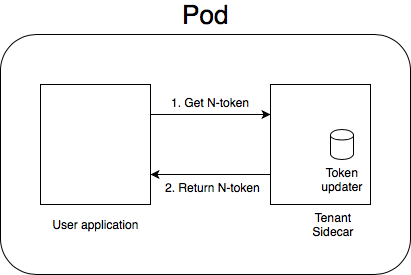
Before: doc/assets/client_sidecar_arch_n_token.png, a diagram exported from draw.io (yahoojapan/athenz-client-sidecar). Source tidied: cells renumbered, new cells last; positions are measured from the earlier drawing's top-left corner, leaving out a move shared by most shapes. The source it was exported from:
```xml
<mxGraphModel background="#ffffff">
  <root>
    <mxCell id="0" />
    <mxCell id="1" parent="0" />
    <mxCell id="2" style="rounded=1;whiteSpace=wrap;html=1;" parent="1" vertex="1">
      <mxGeometry y="30" width="410" height="240" as="geometry" />
    </mxCell>
    <mxCell id="3" value="&lt;font style=&quot;font-size: 26px&quot;&gt;Pod&lt;/font&gt;" style="text;html=1;strokeColor=none;fillColor=none;align=center;verticalAlign=middle;whiteSpace=wrap;rounded=0;" parent="1" vertex="1">
      <mxGeometry x="140" width="130" height="20" as="geometry" />
    </mxCell>
    <mxCell id="4" style="rounded=0;whiteSpace=wrap;html=1;" parent="1" vertex="1">
      <mxGeometry x="40" y="80" width="110" height="120" as="geometry" />
    </mxCell>
    <mxCell id="5" value="User application" style="text;html=1;strokeColor=none;fillColor=none;align=center;verticalAlign=middle;whiteSpace=wrap;rounded=0;" parent="1" vertex="1">
      <mxGeometry x="45" y="210" width="100" height="20" as="geometry" />
    </mxCell>
    <mxCell id="6" style="rounded=0;whiteSpace=wrap;html=1;" parent="1" vertex="1">
      <mxGeometry x="270" y="80" width="100" height="120" as="geometry" />
    </mxCell>
    <mxCell id="7" value="Tenant&lt;br&gt;Sidecar" style="text;html=1;strokeColor=none;fillColor=none;align=center;verticalAlign=middle;whiteSpace=wrap;rounded=0;" parent="1" vertex="1">
      <mxGeometry x="305" y="210" width="55" height="20" as="geometry" />
    </mxCell>
    <mxCell id="8" style="endArrow=classic;html=1;entryX=0;entryY=0.25;exitX=1;exitY=0.25;" parent="1" edge="1" source="4" target="6">
      <mxGeometry relative="1" as="geometry" />
    </mxCell>
    <mxCell id="9" value="1. Get N-token" style="text;html=1;align=center;verticalAlign=middle;labelBackgroundColor=#ffffff;" parent="8" vertex="1">
      <mxGeometry x="-0.23" y="-1" relative="1" as="geometry">
        <mxPoint x="13" y="-14" as="offset" />
      </mxGeometry>
    </mxCell>
    <mxCell id="10" style="endArrow=classic;html=1;exitX=0;exitY=0.75;entryX=1;entryY=0.75;" parent="1" edge="1" source="6" target="4">
      <mxGeometry relative="1" as="geometry" />
    </mxCell>
    <mxCell id="11" value="2. Return N-token" style="text;html=1;align=center;verticalAlign=middle;labelBackgroundColor=#ffffff;" parent="10" vertex="1">
      <mxGeometry x="-0.22" relative="1" as="geometry">
        <mxPoint x="-11" y="12" as="offset" />
      </mxGeometry>
    </mxCell>
    <mxCell id="12" style="shape=cylinder;whiteSpace=wrap;html=1;boundedLbl=1;backgroundOutline=1;" parent="1" vertex="1">
      <mxGeometry x="330" y="125" width="23" height="30" as="geometry" />
    </mxCell>
    <mxCell id="13" value="Token updater" style="text;html=1;strokeColor=none;fillColor=none;align=center;verticalAlign=middle;whiteSpace=wrap;rounded=0;" parent="1" vertex="1">
      <mxGeometry x="321.5" y="165" width="40" height="20" as="geometry" />
    </mxCell>
  </root>
</mxGraphModel>
```
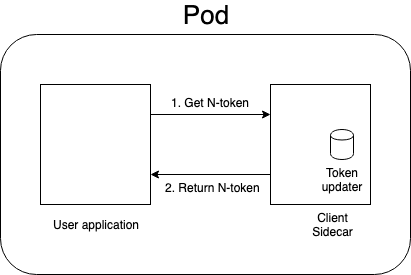
Later version of the same file.

What changed in the source:
```diff
@@ -17,7 +17,7 @@
     <mxCell id="6" style="rounded=0;whiteSpace=wrap;html=1;" parent="1" vertex="1">
       <mxGeometry x="270" y="80" width="100" height="120" as="geometry" />
     </mxCell>
-    <mxCell id="7" value="Tenant&lt;br&gt;Sidecar" style="text;html=1;strokeColor=none;fillColor=none;align=center;verticalAlign=middle;whiteSpace=wrap;rounded=0;" parent="1" vertex="1">
+    <mxCell id="7" value="Client&lt;br&gt;Sidecar" style="text;html=1;strokeColor=none;fillColor=none;align=center;verticalAlign=middle;whiteSpace=wrap;rounded=0;" parent="1" vertex="1">
       <mxGeometry x="305" y="210" width="55" height="20" as="geometry" />
     </mxCell>
     <mxCell id="8" style="endArrow=classic;html=1;entryX=0;entryY=0.25;exitX=1;exitY=0.25;" parent="1" edge="1" source="4" target="6">
```
